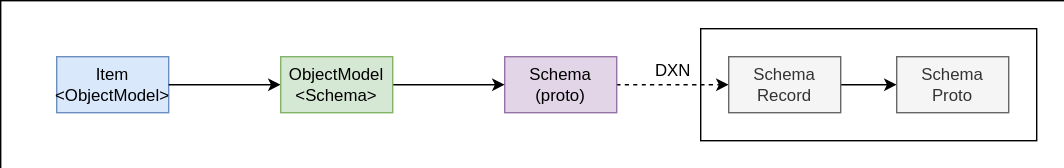
Before: docs/design/diagrams/echo-schema.drawio.svg, a diagram exported from draw.io (dxos/dxos). Source tidied: cells renumbered, new cells last; positions are measured from the earlier drawing's top-left corner, leaving out a move shared by most shapes.
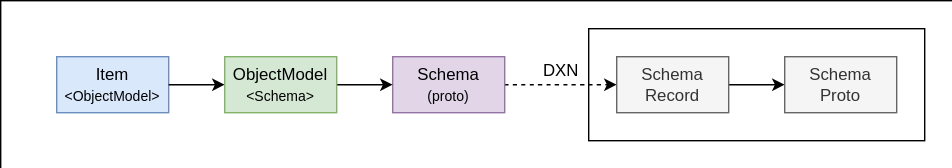
After the commit.

Change to the diagram source:
```diff
@@ -3,7 +3,7 @@
     <mxCell id="0" />
     <mxCell id="1" parent="0" />
     <mxCell id="2" style="whiteSpace=wrap;html=1;strokeWidth=0;dashed=1;fillColor=none;" parent="1" vertex="1">
-      <mxGeometry width="760" height="120" as="geometry" />
+      <mxGeometry x="80" width="680" height="120" as="geometry" />
     </mxCell>
     <mxCell id="3" style="whiteSpace=wrap;html=1;strokeWidth=0;dashed=1;" parent="1" vertex="1">
       <mxGeometry x="500" y="20" width="240" height="80" as="geometry" />
@@ -11,7 +11,7 @@
     <mxCell id="4" style="edgeStyle=none;html=1;exitX=1;exitY=0.5;exitDx=0;exitDy=0;dashed=1;curved=1;" parent="1" edge="1" source="5" target="7">
       <mxGeometry relative="1" as="geometry" />
     </mxCell>
-    <mxCell id="5" value="Schema&lt;br&gt;(proto)" style="rounded=0;whiteSpace=wrap;html=1;fillColor=#e1d5e7;strokeColor=#9673a6;" parent="1" vertex="1">
+    <mxCell id="5" value="Schema&lt;br&gt;&lt;font style=&quot;font-size: 10px&quot;&gt;(proto)&lt;/font&gt;" style="rounded=0;whiteSpace=wrap;html=1;fillColor=#e1d5e7;strokeColor=#9673a6;" parent="1" vertex="1">
       <mxGeometry x="360" y="40" width="80" height="40" as="geometry" />
     </mxCell>
     <mxCell id="6" style="edgeStyle=none;html=1;exitX=1;exitY=0.5;exitDx=0;exitDy=0;entryX=0;entryY=0.5;entryDx=0;entryDy=0;curved=1;" parent="1" edge="1" source="7" target="14">
@@ -23,8 +23,8 @@
     <mxCell id="8" style="edgeStyle=none;html=1;exitX=1;exitY=0.5;exitDx=0;exitDy=0;curved=1;" parent="1" edge="1" target="12">
       <mxGeometry relative="1" as="geometry" />
     </mxCell>
-    <mxCell id="9" value="Item&lt;br&gt;&amp;lt;ObjectModel&amp;gt;" style="rounded=0;whiteSpace=wrap;html=1;fillColor=#dae8fc;strokeColor=#6c8ebf;" parent="1" vertex="1">
-      <mxGeometry x="40" y="40" width="80" height="40" as="geometry" />
+    <mxCell id="9" value="Item&lt;br&gt;&lt;font style=&quot;font-size: 10px&quot;&gt;&amp;lt;ObjectModel&amp;gt;&lt;/font&gt;" style="rounded=0;whiteSpace=wrap;html=1;fillColor=#dae8fc;strokeColor=#6c8ebf;" parent="1" vertex="1">
+      <mxGeometry x="120" y="40" width="80" height="40" as="geometry" />
     </mxCell>
     <mxCell id="10" style="edgeStyle=none;html=1;exitX=1;exitY=0.5;exitDx=0;exitDy=0;entryX=0;entryY=0.5;entryDx=0;entryDy=0;curved=1;" parent="1" edge="1" source="12" target="5">
       <mxGeometry relative="1" as="geometry" />
@@ -32,8 +32,8 @@
     <mxCell id="11" style="edgeStyle=none;html=1;entryX=0;entryY=0.5;entryDx=0;entryDy=0;exitX=1;exitY=0.5;exitDx=0;exitDy=0;curved=1;" parent="1" edge="1" source="9" target="12">
       <mxGeometry relative="1" as="geometry" />
     </mxCell>
-    <mxCell id="12" value="ObjectModel&lt;br&gt;&amp;lt;Schema&amp;gt;" style="rounded=0;whiteSpace=wrap;html=1;fillColor=#d5e8d4;strokeColor=#82b366;" parent="1" vertex="1">
-      <mxGeometry x="200" y="40" width="80" height="40" as="geometry" />
+    <mxCell id="12" value="ObjectModel&lt;br&gt;&lt;font style=&quot;font-size: 10px&quot;&gt;&amp;lt;Schema&amp;gt;&lt;/font&gt;" style="rounded=0;whiteSpace=wrap;html=1;fillColor=#d5e8d4;strokeColor=#82b366;" parent="1" vertex="1">
+      <mxGeometry x="240" y="40" width="80" height="40" as="geometry" />
     </mxCell>
     <mxCell id="13" value="DXN" style="text;html=1;align=center;verticalAlign=middle;fillColor=none;strokeColor=none;rounded=0;" parent="1" vertex="1">
       <mxGeometry x="460" y="40" width="40" height="20" as="geometry" />
```
